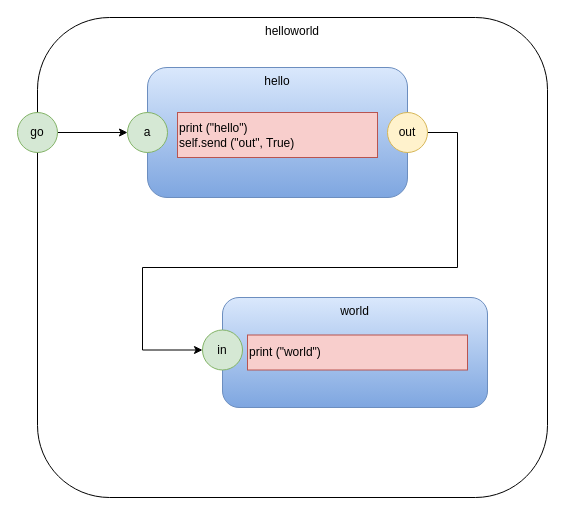
guitarvydas/d2json keeps this draw.io diagram as old/helloworld.drawio. Above is the earlier version. Source tidied: cells renumbered, new cells numbered last; positions are measured from the earlier drawing's top-left corner, leaving out a move shared by most shapes. Both pictures are drawn from the tidied source at 100%, with x=0, y=0 at pixel (17, 17).
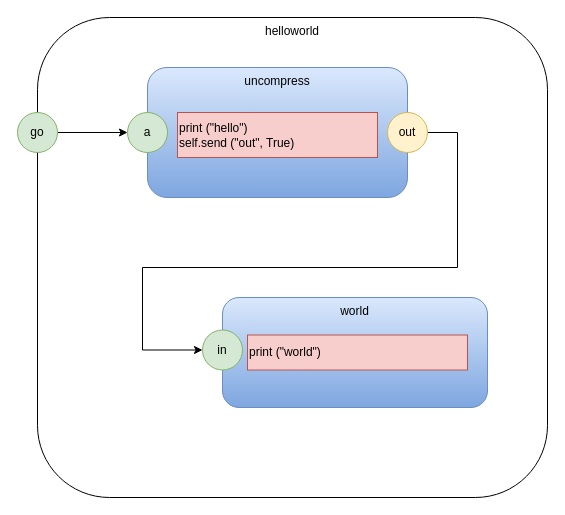
Above is the later version.

Change to the diagram source:
```diff
@@
 <mxGraphModel>
   <root>
     <mxCell id="0" />
     <mxCell id="1" parent="0" />
     <mxCell id="2" value="helloworld" style="rounded=1;whiteSpace=wrap;html=1;verticalAlign=top;" parent="1" vertex="1">
       <mxGeometry x="20" width="510" height="480" as="geometry" />
     </mxCell>
-    <mxCell id="3" value="hello" style="rounded=1;whiteSpace=wrap;html=1;gradientColor=#7ea6e0;fillColor=#dae8fc;strokeColor=#6c8ebf;verticalAlign=top;" parent="1" vertex="1">
+    <mxCell id="3" value="uncompress" style="rounded=1;whiteSpace=wrap;html=1;gradientColor=#7ea6e0;fillColor=#dae8fc;strokeColor=#6c8ebf;verticalAlign=top;" parent="1" vertex="1">
       <mxGeometry x="130" y="50" width="260" height="130" as="geometry" />
     </mxCell>
     <mxCell id="4" value="print (&quot;hello&quot;)&lt;br&gt;self.send (&quot;out&quot;, True)&lt;br&gt;&lt;div&gt;&lt;/div&gt;" style="rounded=0;whiteSpace=wrap;html=1;fillColor=#f8cecc;strokeColor=#b85450;align=left;" parent="1" vertex="1">
       <mxGeometry x="160" y="95" width="200" height="45" as="geometry" />
     </mxCell>
     <mxCell id="5" style="edgeStyle=orthogonalEdgeStyle;rounded=0;jettySize=auto;html=1;entryX=0;entryY=0.5;entryDx=0;entryDy=0;" parent="1" edge="1" source="6" target="8">
       <mxGeometry relative="1" as="geometry">
         <Array as="points">
           <mxPoint x="440" y="115" />
           <mxPoint x="440" y="250" />
           <mxPoint x="125" y="250" />
           <mxPoint x="125" y="333" />
         </Array>
       </mxGeometry>
     </mxCell>
     <mxCell id="6" value="out" style="ellipse;whiteSpace=wrap;html=1;fillColor=#fff2cc;strokeColor=#d6b656;" parent="1" vertex="1">
       <mxGeometry x="370" y="95" width="40" height="40" as="geometry" />
     </mxCell>
     <mxCell id="7" value="world" style="rounded=1;whiteSpace=wrap;html=1;gradientColor=#7ea6e0;fillColor=#dae8fc;strokeColor=#6c8ebf;verticalAlign=top;" parent="1" vertex="1">
       <mxGeometry x="205" y="280" width="265" height="110" as="geometry" />
     </mxCell>
     <mxCell id="8" value="in" style="ellipse;whiteSpace=wrap;html=1;fillColor=#d5e8d4;strokeColor=#82b366;" parent="1" vertex="1">
       <mxGeometry x="185" y="312.5" width="40" height="40" as="geometry" />
     </mxCell>
     <mxCell id="9" value="print (&quot;world&quot;)&lt;br&gt;&lt;div&gt;&lt;/div&gt;" style="rounded=0;whiteSpace=wrap;html=1;fillColor=#f8cecc;strokeColor=#b85450;align=left;" parent="1" vertex="1">
       <mxGeometry x="230" y="317.5" width="220" height="35" as="geometry" />
     </mxCell>
     <mxCell id="10" style="edgeStyle=orthogonalEdgeStyle;rounded=0;jettySize=auto;html=1;exitX=1;exitY=0.5;exitDx=0;exitDy=0;entryX=0;entryY=0.5;entryDx=0;entryDy=0;" parent="1" edge="1" source="11" target="12">
       <mxGeometry relative="1" as="geometry" />
     </mxCell>
     <mxCell id="11" value="go" style="ellipse;whiteSpace=wrap;html=1;fillColor=#d5e8d4;strokeColor=#82b366;" parent="1" vertex="1">
       <mxGeometry y="95" width="40" height="40" as="geometry" />
     </mxCell>
     <mxCell id="12" value="a" style="ellipse;whiteSpace=wrap;html=1;fillColor=#d5e8d4;strokeColor=#82b366;" parent="1" vertex="1">
       <mxGeometry x="110" y="95" width="40" height="40" as="geometry" />
     </mxCell>
   </root>
 </mxGraphModel>
```
